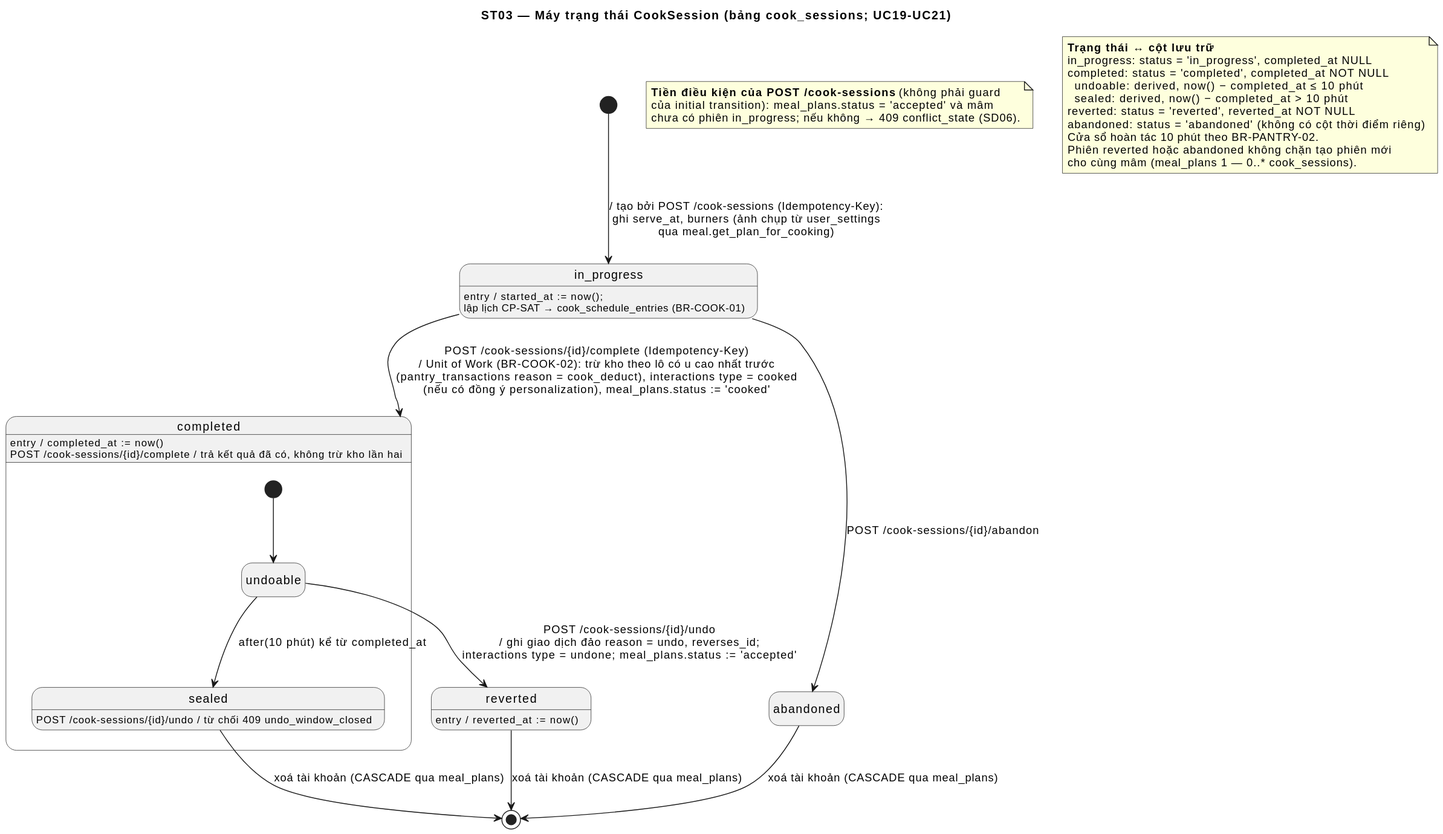
The PlantUML diagram docs/uml/out/state/ST03-cook-session.svg in NamBuw/Tastoria, before a commit. Its diagram source:
```plantuml
@startuml
title ST03 — Máy trạng thái CookSession (bảng cook_sessions; UC19-UC21)
hide empty description

state "in_progress" as in_progress : entry / started_at := now();\nlập lịch CP-SAT → cook_schedule_entries (BR-COOK-01)
state "completed" as completed {
  state "undoable" as undoable
  state "sealed" as sealed
  [*] --> undoable
  undoable --> sealed : after(10 phút) kể từ completed_at
  sealed : POST /cook-sessions/{id}/undo / từ chối 409 undo_window_closed
}
completed : entry / completed_at := now()
completed : POST /cook-sessions/{id}/complete / trả kết quả đã có, không trừ kho lần hai
state "reverted" as reverted : entry / reverted_at := now()
state "abandoned" as abandoned

[*] --> in_progress : / tạo bởi POST /cook-sessions (Idempotency-Key):\nghi serve_at, burners (ảnh chụp từ user_settings\nqua meal.get_plan_for_cooking)
in_progress --> completed : POST /cook-sessions/{id}/complete (Idempotency-Key)\n/ Unit of Work (BR-COOK-02): trừ kho theo lô có u cao nhất trước\n(pantry_transactions reason = cook_deduct), interactions type = cooked\n(nếu có đồng ý personalization), meal_plans.status := 'cooked'
undoable --> reverted : POST /cook-sessions/{id}/undo\n/ ghi giao dịch đảo reason = undo, reverses_id;\ninteractions type = undone; meal_plans.status := 'accepted'
in_progress --> abandoned : POST /cook-sessions/{id}/abandon
sealed --> [*] : xoá tài khoản (CASCADE qua meal_plans)
reverted --> [*] : xoá tài khoản (CASCADE qua meal_plans)
abandoned --> [*] : xoá tài khoản (CASCADE qua meal_plans)

note as Npre
  <b>Tiền điều kiện của POST /cook-sessions</b> (không phải guard
  của initial transition): meal_plans.status = 'accepted' và mâm
  chưa có phiên in_progress; nếu không → 409 conflict_state (SD06).
end note

note as Nmap
  <b>Trạng thái ↔ cột lưu trữ</b>
  in_progress: status = 'in_progress', completed_at NULL
  completed: status = 'completed', completed_at NOT NULL
    undoable: derived, now() − completed_at ≤ 10 phút
    sealed: derived, now() − completed_at > 10 phút
  reverted: status = 'reverted', reverted_at NOT NULL
  abandoned: status = 'abandoned' (không có cột thời điểm riêng)
  Cửa sổ hoàn tác 10 phút theo BR-PANTRY-02.
  Phiên reverted hoặc abandoned không chặn tạo phiên mới
  cho cùng mâm (meal_plans 1 — 0..* cook_sessions).
end note
@enduml
```
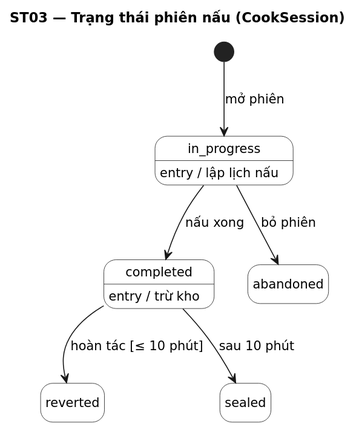
The same diagram one commit later.

Change to the diagram source:
```diff
@@ -1,44 +1,22 @@
 @startuml
-title ST03 — Máy trạng thái CookSession (bảng cook_sessions; UC19-UC21)
+title ST03 — Trạng thái phiên nấu (CookSession)
+skinparam shadowing false
+skinparam defaultFontName DejaVu Sans
+skinparam defaultFontSize 13
+skinparam dpi 110
+
 hide empty description
+skinparam StateBackgroundColor White
 
-state "in_progress" as in_progress : entry / started_at := now();\nlập lịch CP-SAT → cook_schedule_entries (BR-COOK-01)
-state "completed" as completed {
-  state "undoable" as undoable
-  state "sealed" as sealed
-  [*] --> undoable
-  undoable --> sealed : after(10 phút) kể từ completed_at
-  sealed : POST /cook-sessions/{id}/undo / từ chối 409 undo_window_closed
-}
-completed : entry / completed_at := now()
-completed : POST /cook-sessions/{id}/complete / trả kết quả đã có, không trừ kho lần hai
-state "reverted" as reverted : entry / reverted_at := now()
+state "in_progress" as in_progress : entry / lập lịch nấu
+state "completed" as completed : entry / trừ kho
+state "reverted" as reverted
 state "abandoned" as abandoned
+state "sealed" as sealed
 
-[*] --> in_progress : / tạo bởi POST /cook-sessions (Idempotency-Key):\nghi serve_at, burners (ảnh chụp từ user_settings\nqua meal.get_plan_for_cooking)
-in_progress --> completed : POST /cook-sessions/{id}/complete (Idempotency-Key)\n/ Unit of Work (BR-COOK-02): trừ kho theo lô có u cao nhất trước\n(pantry_transactions reason = cook_deduct), interactions type = cooked\n(nếu có đồng ý personalization), meal_plans.status := 'cooked'
-undoable --> reverted : POST /cook-sessions/{id}/undo\n/ ghi giao dịch đảo reason = undo, reverses_id;\ninteractions type = undone; meal_plans.status := 'accepted'
-in_progress --> abandoned : POST /cook-sessions/{id}/abandon
-sealed --> [*] : xoá tài khoản (CASCADE qua meal_plans)
-reverted --> [*] : xoá tài khoản (CASCADE qua meal_plans)
-abandoned --> [*] : xoá tài khoản (CASCADE qua meal_plans)
-
-note as Npre
-  <b>Tiền điều kiện của POST /cook-sessions</b> (không phải guard
-  của initial transition): meal_plans.status = 'accepted' và mâm
-  chưa có phiên in_progress; nếu không → 409 conflict_state (SD06).
-end note
-
-note as Nmap
-  <b>Trạng thái ↔ cột lưu trữ</b>
-  in_progress: status = 'in_progress', completed_at NULL
-  completed: status = 'completed', completed_at NOT NULL
-    undoable: derived, now() − completed_at ≤ 10 phút
-    sealed: derived, now() − completed_at > 10 phút
-  reverted: status = 'reverted', reverted_at NOT NULL
-  abandoned: status = 'abandoned' (không có cột thời điểm riêng)
-  Cửa sổ hoàn tác 10 phút theo BR-PANTRY-02.
-  Phiên reverted hoặc abandoned không chặn tạo phiên mới
-  cho cùng mâm (meal_plans 1 — 0..* cook_sessions).
-end note
+[*] --> in_progress : mở phiên
+in_progress --> completed : nấu xong
+completed --> reverted : hoàn tác [≤ 10 phút]
+completed --> sealed : sau 10 phút
+in_progress --> abandoned : bỏ phiên
 @enduml
```
